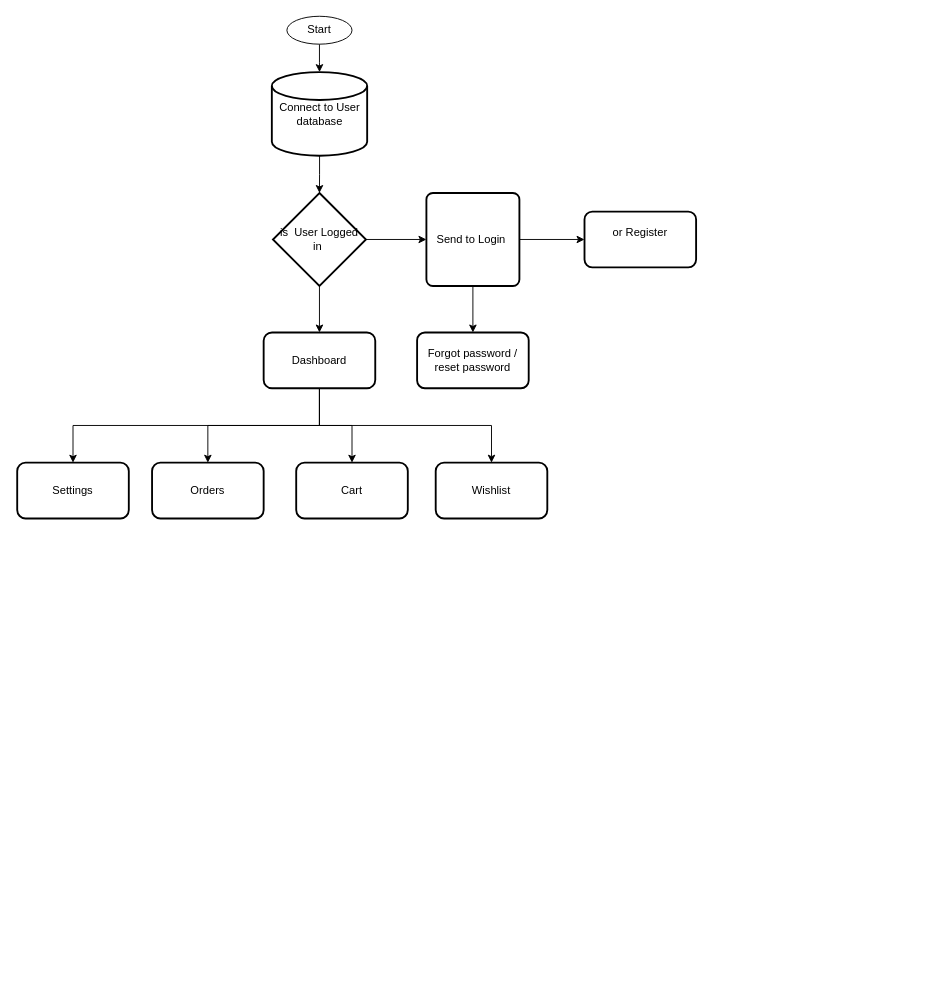
Above: Untitled Diagram.drawio in VIKAS1011-R/todo-classic (draw.io), before the change. Source tidied: cells renumbered, new cells numbered last; positions are measured from the earlier drawing's top-left corner, leaving out a move shared by most shapes. Both pictures are drawn from the tidied source at 93%, with x=0, y=0 at pixel (17, 16).
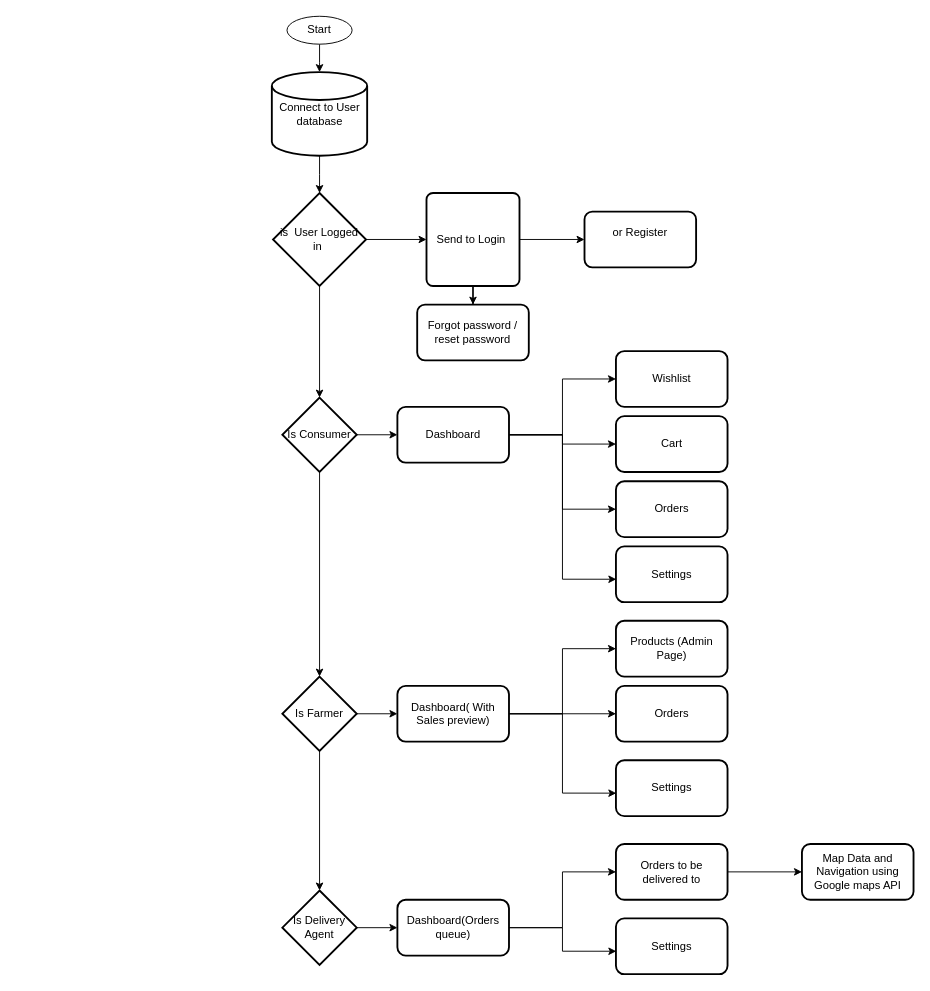
The same page after the edit.

Diff of the diagram source:
```diff
@@
     <mxCell id="3" value="Start" style="ellipse;whiteSpace=wrap;html=1;" parent="1" vertex="1">
-      <mxGeometry x="290" width="70" height="30" as="geometry" />
+      <mxGeometry x="290.1" width="70" height="30" as="geometry" />
     </mxCell>
@@
-    <mxCell id="7" style="edgeStyle=orthogonalEdgeStyle;rounded=0;jettySize=auto;html=1;" parent="1" edge="1" source="8" target="16">
-      <mxGeometry relative="1" as="geometry" />
-    </mxCell>
+    <mxCell id="23" style="edgeStyle=orthogonalEdgeStyle;rounded=0;jettySize=auto;html=1;" parent="1" edge="1" source="8" target="26">
+      <mxGeometry relative="1" as="geometry" />
+    </mxCell>
     <mxCell id="8" value="is&amp;nbsp; User Logged in&amp;nbsp;" style="strokeWidth=2;html=1;shape=mxgraph.flowchart.decision;whiteSpace=wrap;" parent="1" vertex="1">
-      <mxGeometry x="275" y="190" width="100" height="100" as="geometry" />
+      <mxGeometry x="275.1" y="190" width="100" height="100" as="geometry" />
     </mxCell>
@@
     <mxCell id="11" value="Send to Login&amp;nbsp;" style="rounded=1;whiteSpace=wrap;html=1;absoluteArcSize=1;arcSize=14;strokeWidth=2;" parent="1" vertex="1">
-      <mxGeometry x="440" y="190" width="100" height="100" as="geometry" />
+      <mxGeometry x="440.1" y="190" width="100" height="100" as="geometry" />
     </mxCell>
-    <mxCell id="12" style="edgeStyle=orthogonalEdgeStyle;rounded=0;jettySize=auto;html=1;" parent="1" edge="1" source="16" target="19">
-      <mxGeometry relative="1" as="geometry">
-        <Array as="points">
-          <mxPoint x="325" y="440" />
-          <mxPoint x="60" y="440" />
-        </Array>
-      </mxGeometry>
-    </mxCell>
-    <mxCell id="13" style="edgeStyle=orthogonalEdgeStyle;rounded=0;jettySize=auto;html=1;" parent="1" edge="1" source="16" target="20">
-      <mxGeometry relative="1" as="geometry" />
-    </mxCell>
-    <mxCell id="14" style="edgeStyle=orthogonalEdgeStyle;rounded=0;jettySize=auto;html=1;entryX=0.5;entryY=0;entryDx=0;entryDy=0;" parent="1" edge="1" source="16" target="21">
-      <mxGeometry relative="1" as="geometry" />
-    </mxCell>
-    <mxCell id="15" style="edgeStyle=orthogonalEdgeStyle;rounded=0;jettySize=auto;html=1;entryX=0.5;entryY=0;entryDx=0;entryDy=0;" parent="1" edge="1" source="16" target="22">
-      <mxGeometry relative="1" as="geometry">
-        <Array as="points">
-          <mxPoint x="325" y="440" />
-          <mxPoint x="510" y="440" />
-        </Array>
-      </mxGeometry>
-    </mxCell>
-    <mxCell id="16" value="Dashboard" style="rounded=1;whiteSpace=wrap;html=1;strokeWidth=2;" parent="1" vertex="1">
-      <mxGeometry x="265" y="340" width="120" height="60" as="geometry" />
-    </mxCell>
@@
     <mxCell id="18" value="Forgot password / reset password" style="rounded=1;whiteSpace=wrap;html=1;arcSize=14;strokeWidth=2;" parent="1" vertex="1">
-      <mxGeometry x="430" y="340" width="120" height="60" as="geometry" />
+      <mxGeometry x="430.1" y="310" width="120" height="60" as="geometry" />
     </mxCell>
-    <mxCell id="19" value="Settings" style="rounded=1;whiteSpace=wrap;html=1;strokeWidth=2;" parent="1" vertex="1">
-      <mxGeometry y="480" width="120" height="60" as="geometry" />
-    </mxCell>
-    <mxCell id="20" value="Orders" style="rounded=1;whiteSpace=wrap;html=1;strokeWidth=2;" parent="1" vertex="1">
-      <mxGeometry x="145" y="480" width="120" height="60" as="geometry" />
-    </mxCell>
+    <mxCell id="24" style="edgeStyle=orthogonalEdgeStyle;rounded=0;jettySize=auto;html=1;" parent="1" edge="1" source="26" target="16">
+      <mxGeometry relative="1" as="geometry" />
+    </mxCell>
+    <mxCell id="25" style="edgeStyle=orthogonalEdgeStyle;rounded=0;jettySize=auto;html=1;" parent="1" edge="1" source="26" target="33">
+      <mxGeometry relative="1" as="geometry" />
+    </mxCell>
+    <mxCell id="26" value="Is Consumer" style="rhombus;whiteSpace=wrap;html=1;strokeWidth=2;" parent="1" vertex="1">
+      <mxGeometry x="285.1" y="410" width="80" height="80" as="geometry" />
+    </mxCell>
+    <mxCell id="15" style="edgeStyle=orthogonalEdgeStyle;rounded=0;jettySize=auto;html=1;" parent="1" edge="1" source="16" target="22">
+      <mxGeometry relative="1" as="geometry" />
+    </mxCell>
+    <mxCell id="14" style="edgeStyle=orthogonalEdgeStyle;rounded=0;jettySize=auto;html=1;entryX=0;entryY=0.5;entryDx=0;entryDy=0;" parent="1" edge="1" source="16" target="21">
+      <mxGeometry relative="1" as="geometry" />
+    </mxCell>
+    <mxCell id="27" style="edgeStyle=orthogonalEdgeStyle;rounded=0;jettySize=auto;html=1;entryX=0;entryY=0.5;entryDx=0;entryDy=0;" parent="1" edge="1" source="16" target="29">
+      <mxGeometry relative="1" as="geometry" />
+    </mxCell>
+    <mxCell id="16" value="Dashboard" style="rounded=1;whiteSpace=wrap;html=1;strokeWidth=2;" parent="1" vertex="1">
+      <mxGeometry x="408.8" y="420" width="120" height="60" as="geometry" />
+    </mxCell>
+    <mxCell id="28" value="Settings" style="rounded=1;whiteSpace=wrap;html=1;strokeWidth=2;" parent="1" vertex="1">
+      <mxGeometry x="643.8" y="570" width="120" height="60" as="geometry" />
+    </mxCell>
+    <mxCell id="29" value="Orders" style="rounded=1;whiteSpace=wrap;html=1;strokeWidth=2;" parent="1" vertex="1">
+      <mxGeometry x="643.8" y="500" width="120" height="60" as="geometry" />
+    </mxCell>
     <mxCell id="21" value="Cart" style="rounded=1;whiteSpace=wrap;html=1;strokeWidth=2;" parent="1" vertex="1">
-      <mxGeometry x="300" y="480" width="120" height="60" as="geometry" />
+      <mxGeometry x="643.8" y="430" width="120" height="60" as="geometry" />
     </mxCell>
     <mxCell id="22" value="Wishlist" style="rounded=1;whiteSpace=wrap;html=1;strokeWidth=2;" parent="1" vertex="1">
-      <mxGeometry x="450" y="480" width="120" height="60" as="geometry" />
+      <mxGeometry x="643.8" y="360" width="120" height="60" as="geometry" />
     </mxCell>
+    <mxCell id="30" style="edgeStyle=orthogonalEdgeStyle;rounded=0;jettySize=auto;html=1;entryX=0.003;entryY=0.589;entryDx=0;entryDy=0;entryPerimeter=0;" parent="1" edge="1" source="16" target="28">
+      <mxGeometry relative="1" as="geometry" />
+    </mxCell>
+    <mxCell id="31" style="edgeStyle=orthogonalEdgeStyle;rounded=0;jettySize=auto;html=1;" parent="1" edge="1" source="33" target="36">
+      <mxGeometry relative="1" as="geometry" />
+    </mxCell>
+    <mxCell id="32" style="edgeStyle=orthogonalEdgeStyle;rounded=0;jettySize=auto;html=1;" parent="1" edge="1" source="33" target="42">
+      <mxGeometry relative="1" as="geometry" />
+    </mxCell>
+    <mxCell id="33" value="Is Farmer" style="rhombus;whiteSpace=wrap;html=1;strokeWidth=2;" parent="1" vertex="1">
+      <mxGeometry x="285.1" y="710" width="80" height="80" as="geometry" />
+    </mxCell>
+    <mxCell id="34" style="edgeStyle=orthogonalEdgeStyle;rounded=0;jettySize=auto;html=1;entryX=0;entryY=0.5;entryDx=0;entryDy=0;" parent="1" edge="1" source="36" target="38">
+      <mxGeometry relative="1" as="geometry" />
+    </mxCell>
+    <mxCell id="35" style="edgeStyle=orthogonalEdgeStyle;rounded=0;jettySize=auto;html=1;entryX=0;entryY=0.5;entryDx=0;entryDy=0;" parent="1" edge="1" source="36" target="40">
+      <mxGeometry relative="1" as="geometry" />
+    </mxCell>
+    <mxCell id="36" value="Dashboard( With Sales preview)" style="rounded=1;whiteSpace=wrap;html=1;strokeWidth=2;" parent="1" vertex="1">
+      <mxGeometry x="408.8" y="720" width="120" height="60" as="geometry" />
+    </mxCell>
+    <mxCell id="37" value="Settings" style="rounded=1;whiteSpace=wrap;html=1;strokeWidth=2;" parent="1" vertex="1">
+      <mxGeometry x="643.8" y="800" width="120" height="60" as="geometry" />
+    </mxCell>
+    <mxCell id="38" value="Orders" style="rounded=1;whiteSpace=wrap;html=1;strokeWidth=2;" parent="1" vertex="1">
+      <mxGeometry x="643.8" y="720" width="120" height="60" as="geometry" />
+    </mxCell>
+    <mxCell id="39" style="edgeStyle=orthogonalEdgeStyle;rounded=0;jettySize=auto;html=1;entryX=0.003;entryY=0.589;entryDx=0;entryDy=0;entryPerimeter=0;" parent="1" edge="1" source="36" target="37">
+      <mxGeometry relative="1" as="geometry" />
+    </mxCell>
+    <mxCell id="40" value="Products (Admin Page)" style="rounded=1;whiteSpace=wrap;html=1;strokeWidth=2;" parent="1" vertex="1">
+      <mxGeometry x="643.8" y="650" width="120" height="60" as="geometry" />
+    </mxCell>
+    <mxCell id="41" style="edgeStyle=orthogonalEdgeStyle;rounded=0;jettySize=auto;html=1;" parent="1" edge="1" source="42" target="44">
+      <mxGeometry relative="1" as="geometry" />
+    </mxCell>
+    <mxCell id="42" value="Is Delivery&lt;div&gt;Agent&lt;/div&gt;" style="rhombus;whiteSpace=wrap;html=1;strokeWidth=2;" parent="1" vertex="1">
+      <mxGeometry x="285.1" y="940" width="80" height="80" as="geometry" />
+    </mxCell>
+    <mxCell id="43" style="edgeStyle=orthogonalEdgeStyle;rounded=0;jettySize=auto;html=1;entryX=0;entryY=0.5;entryDx=0;entryDy=0;" parent="1" edge="1" source="44" target="47">
+      <mxGeometry relative="1" as="geometry" />
+    </mxCell>
+    <mxCell id="44" value="Dashboard(Orders queue)" style="rounded=1;whiteSpace=wrap;html=1;strokeWidth=2;" parent="1" vertex="1">
+      <mxGeometry x="408.8" y="950" width="120" height="60" as="geometry" />
+    </mxCell>
+    <mxCell id="45" value="Settings" style="rounded=1;whiteSpace=wrap;html=1;strokeWidth=2;" parent="1" vertex="1">
+      <mxGeometry x="643.8" y="970" width="120" height="60" as="geometry" />
+    </mxCell>
+    <mxCell id="46" style="edgeStyle=orthogonalEdgeStyle;rounded=0;jettySize=auto;html=1;" parent="1" edge="1" source="47" target="49">
+      <mxGeometry relative="1" as="geometry" />
+    </mxCell>
+    <mxCell id="47" value="Orders to be delivered to" style="rounded=1;whiteSpace=wrap;html=1;strokeWidth=2;" parent="1" vertex="1">
+      <mxGeometry x="643.8" y="890" width="120" height="60" as="geometry" />
+    </mxCell>
+    <mxCell id="48" style="edgeStyle=orthogonalEdgeStyle;rounded=0;jettySize=auto;html=1;entryX=0.003;entryY=0.589;entryDx=0;entryDy=0;entryPerimeter=0;" parent="1" edge="1" source="44" target="45">
+      <mxGeometry relative="1" as="geometry" />
+    </mxCell>
+    <mxCell id="49" value="Map Data and Navigation using Google maps API" style="rounded=1;whiteSpace=wrap;html=1;strokeWidth=2;" parent="1" vertex="1">
+      <mxGeometry x="843.8" y="890" width="120" height="60" as="geometry" />
+    </mxCell>
```
